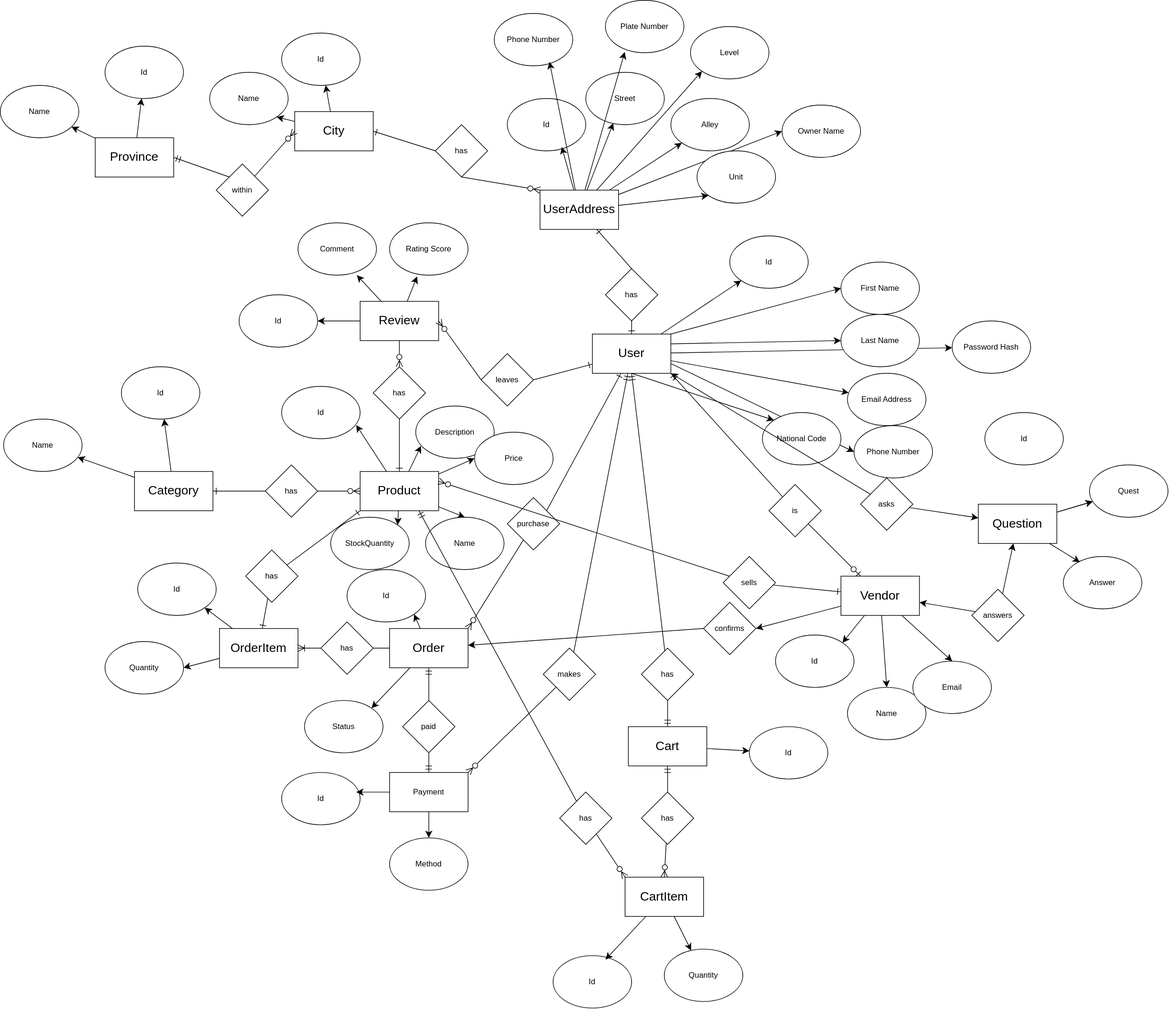
Earlier version of the draw.io export docs/database/erd.drawio.svg (mohammadnazarkhani/E-Commerce-NETCore-REST-API). Source tidied: cells renumbered, new cells last; positions are measured from the earlier drawing's top-left corner, leaving out a move shared by most shapes.
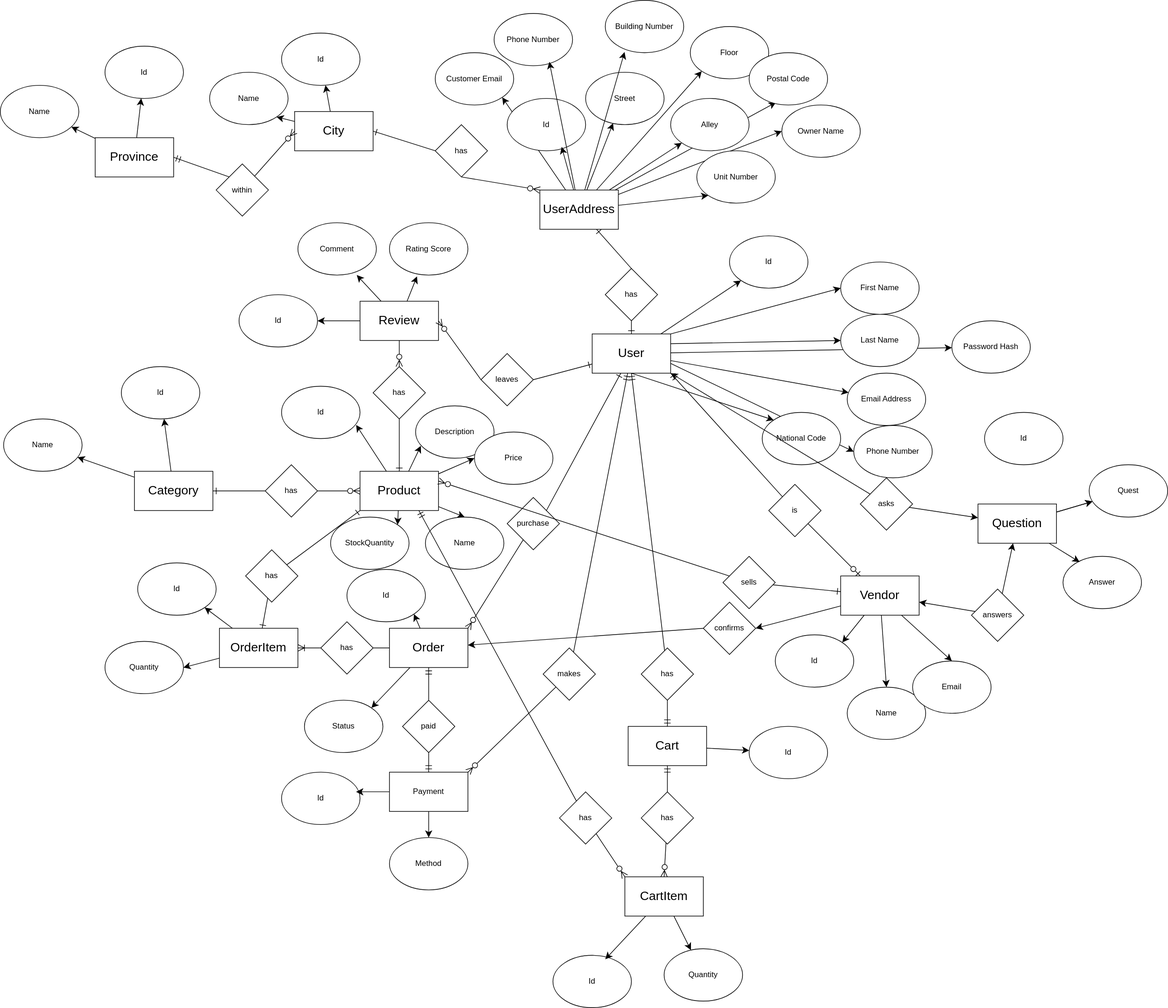
After the change.

Commit message:
docs: updated some attribute names of UserAddress entity and added PostalCode and CustomerEmail attributes in erd diagram

What changed in the source:
```diff
@@ -50,6 +50,12 @@
     <mxCell id="17" style="edgeStyle=none;curved=1;rounded=0;jettySize=auto;html=1;entryX=0;entryY=0.5;entryDx=0;entryDy=0;fontSize=12;startSize=8;endSize=8;" parent="1" edge="1" source="18" target="119">
       <mxGeometry relative="1" as="geometry" />
     </mxCell>
+    <mxCell id="162" style="edgeStyle=none;curved=1;rounded=0;jettySize=auto;html=1;fontSize=12;startSize=8;endSize=8;entryX=0.342;entryY=0.95;entryDx=0;entryDy=0;entryPerimeter=0;" parent="1" edge="1" source="18" target="164">
+      <mxGeometry relative="1" as="geometry" />
+    </mxCell>
+    <mxCell id="163" style="edgeStyle=none;curved=1;rounded=0;jettySize=auto;html=1;entryX=1;entryY=1;entryDx=0;entryDy=0;fontSize=12;startSize=8;endSize=8;" parent="1" edge="1" source="18" target="165">
+      <mxGeometry relative="1" as="geometry" />
+    </mxCell>
     <mxCell id="18" value="UserAddress" style="rounded=0;whiteSpace=wrap;html=1;fontSize=19;" parent="1" vertex="1">
       <mxGeometry x="825" y="290" width="120" height="60" as="geometry" />
     </mxCell>
@@ -341,18 +347,24 @@
     <mxCell id="114" value="Alley" style="ellipse;whiteSpace=wrap;html=1;" parent="1" vertex="1">
       <mxGeometry x="1025" y="150" width="120" height="80" as="geometry" />
     </mxCell>
-    <mxCell id="115" value="Plate Number" style="ellipse;whiteSpace=wrap;html=1;" parent="1" vertex="1">
+    <mxCell id="115" value="Building Number" style="ellipse;whiteSpace=wrap;html=1;" parent="1" vertex="1">
       <mxGeometry x="925" width="120" height="80" as="geometry" />
     </mxCell>
     <mxCell id="116" value="Phone Number" style="ellipse;whiteSpace=wrap;html=1;" parent="1" vertex="1">
       <mxGeometry x="755" y="20" width="120" height="80" as="geometry" />
     </mxCell>
-    <mxCell id="117" value="Level" style="ellipse;whiteSpace=wrap;html=1;" parent="1" vertex="1">
+    <mxCell id="117" value="Floor" style="ellipse;whiteSpace=wrap;html=1;" parent="1" vertex="1">
       <mxGeometry x="1055" y="40" width="120" height="80" as="geometry" />
     </mxCell>
-    <mxCell id="118" value="Unit" style="ellipse;whiteSpace=wrap;html=1;" parent="1" vertex="1">
+    <mxCell id="118" value="Unit Number" style="ellipse;whiteSpace=wrap;html=1;" parent="1" vertex="1">
       <mxGeometry x="1065" y="230" width="120" height="80" as="geometry" />
     </mxCell>
+    <mxCell id="164" value="Postal Code" style="ellipse;whiteSpace=wrap;html=1;" parent="1" vertex="1">
+      <mxGeometry x="1145" y="80" width="120" height="80" as="geometry" />
+    </mxCell>
+    <mxCell id="165" value="Customer Email" style="ellipse;whiteSpace=wrap;html=1;" parent="1" vertex="1">
+      <mxGeometry x="665" y="80" width="120" height="80" as="geometry" />
+    </mxCell>
     <mxCell id="119" value="Owner Name" style="ellipse;whiteSpace=wrap;html=1;" parent="1" vertex="1">
       <mxGeometry x="1195" y="160" width="120" height="80" as="geometry" />
     </mxCell>
@@ -482,5 +494,8 @@
     <mxCell id="161" style="edgeStyle=none;curved=1;rounded=0;jettySize=auto;html=1;entryX=0.211;entryY=0.108;entryDx=0;entryDy=0;entryPerimeter=0;fontSize=12;startSize=8;endSize=8;" parent="1" edge="1" source="44" target="160">
       <mxGeometry relative="1" as="geometry" />
     </mxCell>
+    <mxCell id="166" style="edgeStyle=none;curved=1;rounded=0;orthogonalLoop=1;jettySize=auto;html=1;exitX=1;exitY=0;exitDx=0;exitDy=0;fontSize=12;startSize=8;endSize=8;" parent="1" edge="1" source="164" target="164">
+      <mxGeometry relative="1" as="geometry" />
+    </mxCell>
   </root>
 </mxGraphModel>
```
